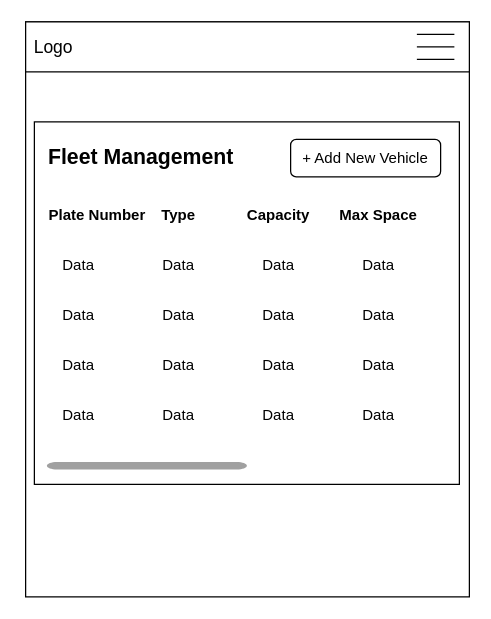
Before: project-root/prototypes/Mobile/vehicles_mobile.drawio in quietpanda284/logistics_app, a draw.io diagram. Source tidied: cells renumbered, new cells numbered last; positions are measured from the earlier drawing's top-left corner, leaving out a move shared by most shapes. Both pictures are drawn from the tidied source at 125%, with x=0, y=0 at pixel (21, 21).
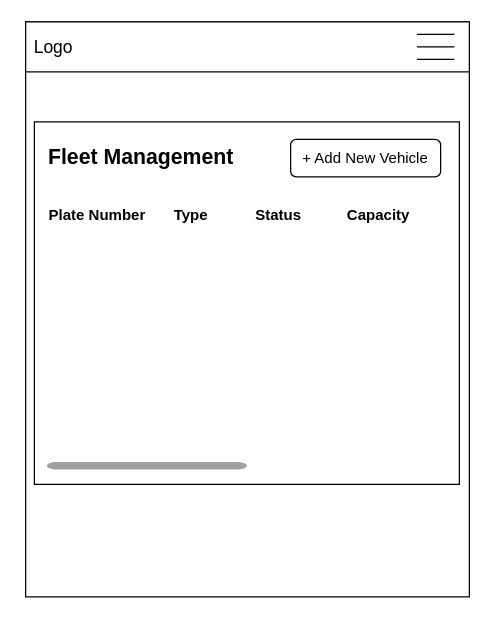
The same diagram, later.

Commit message (it also covers changes not shown here):
Modified vehicles page prototypes

Diff of the diagram source:
```diff
@@
     <mxCell id="12" value="Type" style="text;html=1;align=center;verticalAlign=middle;strokeColor=none;fillColor=none;fontStyle=1;" parent="1" vertex="1">
-      <mxGeometry x="100" y="140" width="50" height="30" as="geometry" />
+      <mxGeometry x="110" y="140" width="50" height="30" as="geometry" />
     </mxCell>
@@
-    <mxCell id="14" value="Data" style="text;html=1;align=center;verticalAlign=middle;strokeColor=none;fillColor=none;" parent="1" vertex="1">
-      <mxGeometry x="20" y="180" width="50" height="30" as="geometry" />
-    </mxCell>
-    <mxCell id="15" value="Data" style="text;html=1;align=center;verticalAlign=middle;strokeColor=none;fillColor=none;" parent="1" vertex="1">
-      <mxGeometry x="100" y="180" width="50" height="30" as="geometry" />
-    </mxCell>
-    <mxCell id="16" value="Data" style="text;html=1;align=center;verticalAlign=middle;strokeColor=none;fillColor=none;" parent="1" vertex="1">
-      <mxGeometry x="100" y="220" width="50" height="30" as="geometry" />
-    </mxCell>
-    <mxCell id="17" value="Data" style="text;html=1;align=center;verticalAlign=middle;strokeColor=none;fillColor=none;" parent="1" vertex="1">
-      <mxGeometry x="20" y="220" width="50" height="30" as="geometry" />
-    </mxCell>
-    <mxCell id="18" value="Data" style="text;html=1;align=center;verticalAlign=middle;strokeColor=none;fillColor=none;" parent="1" vertex="1">
-      <mxGeometry x="100" y="300" width="50" height="30" as="geometry" />
-    </mxCell>
-    <mxCell id="19" value="Data" style="text;html=1;align=center;verticalAlign=middle;strokeColor=none;fillColor=none;" parent="1" vertex="1">
-      <mxGeometry x="20" y="300" width="50" height="30" as="geometry" />
-    </mxCell>
-    <mxCell id="20" value="Data" style="text;html=1;align=center;verticalAlign=middle;strokeColor=none;fillColor=none;" parent="1" vertex="1">
-      <mxGeometry x="20" y="260" width="50" height="30" as="geometry" />
-    </mxCell>
-    <mxCell id="21" value="Data" style="text;html=1;align=center;verticalAlign=middle;strokeColor=none;fillColor=none;" parent="1" vertex="1">
-      <mxGeometry x="100" y="260" width="50" height="30" as="geometry" />
-    </mxCell>
-    <mxCell id="22" value="&lt;b&gt;Capacity&lt;/b&gt;" style="text;html=1;align=center;verticalAlign=middle;strokeColor=none;fillColor=none;" parent="1" vertex="1">
-      <mxGeometry x="170" y="140" width="70" height="30" as="geometry" />
+    <mxCell id="22" value="&lt;b&gt;Status&lt;/b&gt;" style="text;html=1;align=center;verticalAlign=middle;strokeColor=none;fillColor=none;" parent="1" vertex="1">
+      <mxGeometry x="175" y="140" width="60" height="30" as="geometry" />
     </mxCell>
-    <mxCell id="23" value="Max Space" style="text;html=1;align=center;verticalAlign=middle;strokeColor=none;fillColor=none;fontStyle=1;" parent="1" vertex="1">
-      <mxGeometry x="245" y="140" width="80" height="30" as="geometry" />
+    <mxCell id="23" value="Capacity" style="text;html=1;align=center;verticalAlign=middle;strokeColor=none;fillColor=none;fontStyle=1;" parent="1" vertex="1">
+      <mxGeometry x="250" y="140" width="70" height="30" as="geometry" />
     </mxCell>
-    <mxCell id="24" value="Data" style="text;html=1;align=center;verticalAlign=middle;strokeColor=none;fillColor=none;" parent="1" vertex="1">
-      <mxGeometry x="180" y="180" width="50" height="30" as="geometry" />
-    </mxCell>
-    <mxCell id="25" value="Data" style="text;html=1;align=center;verticalAlign=middle;strokeColor=none;fillColor=none;" parent="1" vertex="1">
-      <mxGeometry x="260" y="180" width="50" height="30" as="geometry" />
-    </mxCell>
-    <mxCell id="26" value="Data" style="text;html=1;align=center;verticalAlign=middle;strokeColor=none;fillColor=none;" parent="1" vertex="1">
-      <mxGeometry x="180" y="300" width="50" height="30" as="geometry" />
-    </mxCell>
-    <mxCell id="27" value="Data" style="text;html=1;align=center;verticalAlign=middle;strokeColor=none;fillColor=none;" parent="1" vertex="1">
-      <mxGeometry x="260" y="300" width="50" height="30" as="geometry" />
-    </mxCell>
-    <mxCell id="28" value="Data" style="text;html=1;align=center;verticalAlign=middle;strokeColor=none;fillColor=none;" parent="1" vertex="1">
-      <mxGeometry x="180" y="220" width="50" height="30" as="geometry" />
-    </mxCell>
-    <mxCell id="29" value="Data" style="text;html=1;align=center;verticalAlign=middle;strokeColor=none;fillColor=none;" parent="1" vertex="1">
-      <mxGeometry x="260" y="220" width="50" height="30" as="geometry" />
-    </mxCell>
-    <mxCell id="30" value="Data" style="text;html=1;align=center;verticalAlign=middle;strokeColor=none;fillColor=none;" parent="1" vertex="1">
-      <mxGeometry x="180" y="260" width="50" height="30" as="geometry" />
-    </mxCell>
-    <mxCell id="31" value="Data" style="text;html=1;align=center;verticalAlign=middle;strokeColor=none;fillColor=none;" parent="1" vertex="1">
-      <mxGeometry x="260" y="260" width="50" height="30" as="geometry" />
-    </mxCell>
```
